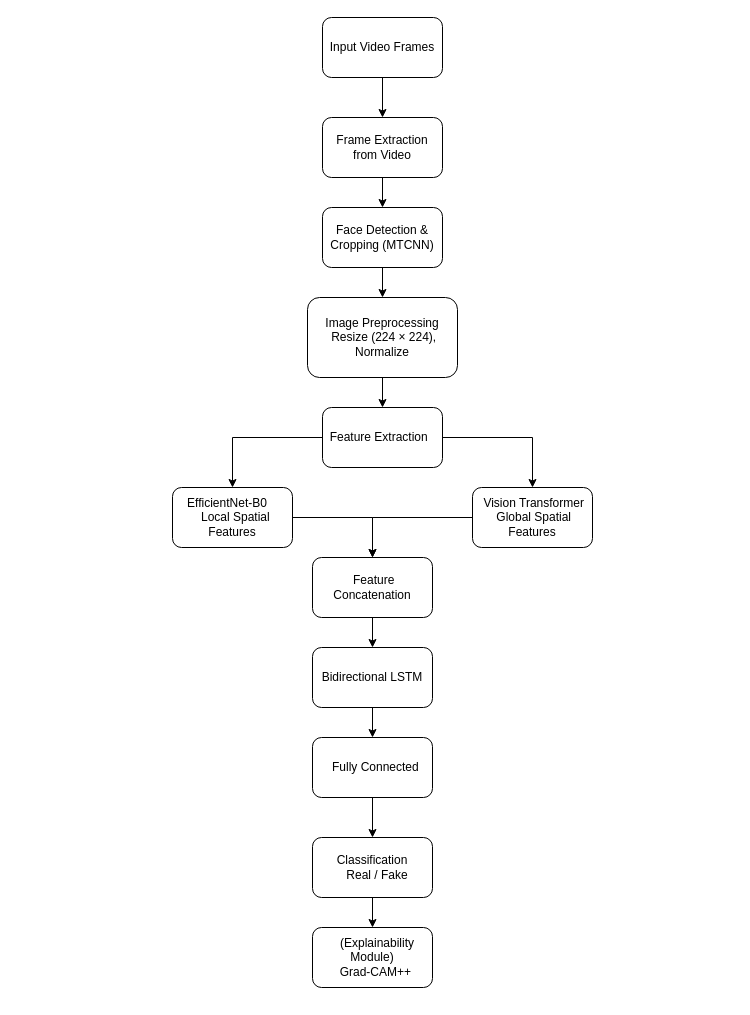
Above: Untitled Diagram.drawio in fatahrahimi330/XST-Deepfake-Detection (draw.io), before the change. Source tidied: cells renumbered, new cells numbered last; positions are measured from the earlier drawing's top-left corner, leaving out a move shared by most shapes. Both pictures are drawn from the tidied source at 100%, with x=0, y=0 at pixel (172, 17).
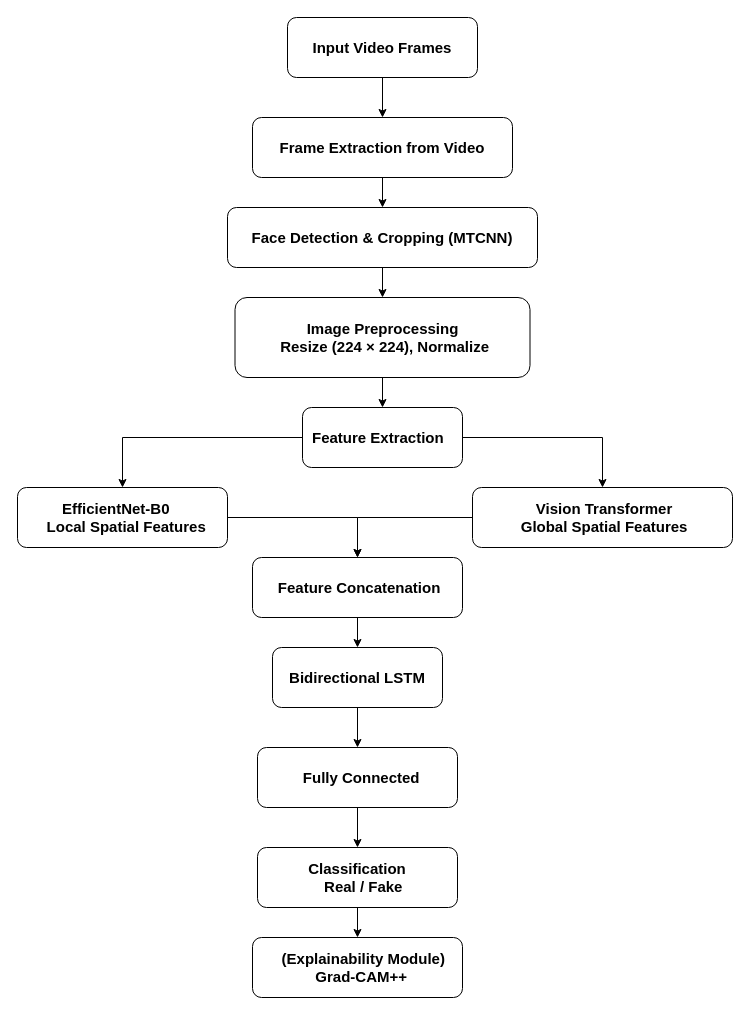
Above is the later version.

The edit, as a diff of the source:
```diff
@@
-    <mxCell id="3" value="Input Video Frames" style="rounded=1;whiteSpace=wrap;html=1;" parent="1" vertex="1">
-      <mxGeometry x="150" width="120" height="60" as="geometry" />
+    <mxCell id="3" value="&lt;b&gt;&lt;font style=&quot;font-size: 15px;&quot;&gt;Input Video Frames&lt;/font&gt;&lt;/b&gt;" style="rounded=1;whiteSpace=wrap;html=1;" parent="1" vertex="1">
+      <mxGeometry x="115" width="190" height="60" as="geometry" />
     </mxCell>
@@
-    <mxCell id="6" value="Feature Extraction&amp;nbsp;&amp;nbsp;" style="whiteSpace=wrap;html=1;rounded=1;" parent="1" vertex="1">
-      <mxGeometry x="150" y="390" width="120" height="60" as="geometry" />
+    <mxCell id="6" value="&lt;font style=&quot;font-size: 15px;&quot;&gt;&lt;b&gt;Feature Extraction&amp;nbsp;&amp;nbsp;&lt;/b&gt;&lt;/font&gt;" style="whiteSpace=wrap;html=1;rounded=1;" parent="1" vertex="1">
+      <mxGeometry x="130" y="390" width="160" height="60" as="geometry" />
     </mxCell>
@@
-    <mxCell id="8" value="&amp;nbsp;Vision Transformer&lt;div&gt;&amp;nbsp;Global Spatial Features&lt;/div&gt;" style="whiteSpace=wrap;html=1;rounded=1;" parent="1" vertex="1">
-      <mxGeometry x="300" y="470" width="120" height="60" as="geometry" />
+    <mxCell id="8" value="&lt;font style=&quot;font-size: 15px;&quot;&gt;&lt;b&gt;&amp;nbsp;Vision Transformer&lt;/b&gt;&lt;/font&gt;&lt;div&gt;&lt;font style=&quot;font-size: 15px;&quot;&gt;&lt;b&gt;&amp;nbsp;Global Spatial Features&lt;/b&gt;&lt;/font&gt;&lt;/div&gt;" style="whiteSpace=wrap;html=1;rounded=1;" parent="1" vertex="1">
+      <mxGeometry x="300" y="470" width="260" height="60" as="geometry" />
     </mxCell>
@@
-    <mxCell id="10" value="EfficientNet-B0&amp;nbsp; &amp;nbsp;&lt;div&gt;&amp;nbsp; Local Spatial Features&lt;/div&gt;" style="whiteSpace=wrap;html=1;rounded=1;" parent="1" vertex="1">
-      <mxGeometry y="470" width="120" height="60" as="geometry" />
+    <mxCell id="10" value="&lt;font style=&quot;font-size: 15px;&quot;&gt;&lt;b&gt;EfficientNet-B0&amp;nbsp; &amp;nbsp;&lt;/b&gt;&lt;/font&gt;&lt;div&gt;&lt;font style=&quot;font-size: 15px;&quot;&gt;&lt;b&gt;&amp;nbsp; Local Spatial Features&lt;/b&gt;&lt;/font&gt;&lt;/div&gt;" style="whiteSpace=wrap;html=1;rounded=1;" parent="1" vertex="1">
+      <mxGeometry x="-155" y="470" width="210" height="60" as="geometry" />
     </mxCell>
@@
-    <mxCell id="12" value="&amp;nbsp;Feature Concatenation" style="whiteSpace=wrap;html=1;rounded=1;" parent="1" vertex="1">
-      <mxGeometry x="140" y="540" width="120" height="60" as="geometry" />
+    <mxCell id="12" value="&lt;font style=&quot;font-size: 15px;&quot;&gt;&lt;b&gt;&amp;nbsp;Feature Concatenation&lt;/b&gt;&lt;/font&gt;" style="whiteSpace=wrap;html=1;rounded=1;" parent="1" vertex="1">
+      <mxGeometry x="80" y="540" width="210" height="60" as="geometry" />
     </mxCell>
@@
-    <mxCell id="14" value="Bidirectional LSTM" style="whiteSpace=wrap;html=1;rounded=1;" parent="1" vertex="1">
-      <mxGeometry x="140" y="630" width="120" height="60" as="geometry" />
+    <mxCell id="14" value="&lt;font style=&quot;font-size: 15px;&quot;&gt;&lt;b&gt;Bidirectional LSTM&lt;/b&gt;&lt;/font&gt;" style="whiteSpace=wrap;html=1;rounded=1;" parent="1" vertex="1">
+      <mxGeometry x="100" y="630" width="170" height="60" as="geometry" />
     </mxCell>
@@
-    <mxCell id="16" value="&amp;nbsp; Fully Connected" style="whiteSpace=wrap;html=1;rounded=1;" parent="1" vertex="1">
-      <mxGeometry x="140" y="720" width="120" height="60" as="geometry" />
+    <mxCell id="16" value="&lt;font style=&quot;font-size: 15px;&quot;&gt;&lt;b&gt;&amp;nbsp; Fully Connected&lt;/b&gt;&lt;/font&gt;" style="whiteSpace=wrap;html=1;rounded=1;" parent="1" vertex="1">
+      <mxGeometry x="85" y="730" width="200" height="60" as="geometry" />
     </mxCell>
@@
-    <mxCell id="18" value="&lt;div&gt;Classification&lt;/div&gt;&lt;div&gt;&amp;nbsp; &amp;nbsp;Real / Fake&lt;/div&gt;" style="whiteSpace=wrap;html=1;rounded=1;" parent="1" vertex="1">
-      <mxGeometry x="140" y="820" width="120" height="60" as="geometry" />
+    <mxCell id="18" value="&lt;div&gt;&lt;font style=&quot;font-size: 15px;&quot;&gt;&lt;b&gt;Classification&lt;/b&gt;&lt;/font&gt;&lt;/div&gt;&lt;div&gt;&lt;font style=&quot;font-size: 15px;&quot;&gt;&lt;b&gt;&amp;nbsp; &amp;nbsp;Real / Fake&lt;/b&gt;&lt;/font&gt;&lt;/div&gt;" style="whiteSpace=wrap;html=1;rounded=1;" parent="1" vertex="1">
+      <mxGeometry x="85" y="830" width="200" height="60" as="geometry" />
     </mxCell>
-    <mxCell id="19" value="&lt;div&gt;&amp;nbsp; &amp;nbsp;(Explainability Module)&lt;/div&gt;&lt;div&gt;&amp;nbsp; Grad-CAM++&lt;/div&gt;" style="whiteSpace=wrap;html=1;rounded=1;" parent="1" vertex="1">
-      <mxGeometry x="140" y="910" width="120" height="60" as="geometry" />
+    <mxCell id="19" value="&lt;div&gt;&lt;font style=&quot;font-size: 15px;&quot;&gt;&lt;b&gt;&amp;nbsp; &amp;nbsp;(Explainability Module)&lt;/b&gt;&lt;/font&gt;&lt;/div&gt;&lt;div&gt;&lt;font style=&quot;font-size: 15px;&quot;&gt;&lt;b&gt;&amp;nbsp; Grad-CAM++&lt;/b&gt;&lt;/font&gt;&lt;/div&gt;" style="whiteSpace=wrap;html=1;rounded=1;" parent="1" vertex="1">
+      <mxGeometry x="80" y="920" width="210" height="60" as="geometry" />
     </mxCell>
@@
-    <mxCell id="21" value="&lt;div&gt;Image Preprocessing&lt;/div&gt;&lt;div&gt;&amp;nbsp;Resize (224 × 224), Normalize&lt;/div&gt;" style="whiteSpace=wrap;html=1;rounded=1;" parent="1" vertex="1">
-      <mxGeometry x="135" y="280" width="150" height="80" as="geometry" />
+    <mxCell id="21" value="&lt;div&gt;&lt;font style=&quot;font-size: 15px;&quot;&gt;&lt;b&gt;Image Preprocessing&lt;/b&gt;&lt;/font&gt;&lt;/div&gt;&lt;div&gt;&lt;font style=&quot;font-size: 15px;&quot;&gt;&lt;b&gt;&amp;nbsp;Resize (224 × 224), Normalize&lt;/b&gt;&lt;/font&gt;&lt;/div&gt;" style="whiteSpace=wrap;html=1;rounded=1;" parent="1" vertex="1">
+      <mxGeometry x="62.5" y="280" width="295" height="80" as="geometry" />
     </mxCell>
@@
-    <mxCell id="23" value="Frame Extraction from Video" style="whiteSpace=wrap;html=1;rounded=1;" parent="1" vertex="1">
-      <mxGeometry x="150" y="100" width="120" height="60" as="geometry" />
+    <mxCell id="23" value="&lt;b&gt;&lt;font style=&quot;font-size: 15px;&quot;&gt;Frame Extraction from Video&lt;/font&gt;&lt;/b&gt;" style="whiteSpace=wrap;html=1;rounded=1;" parent="1" vertex="1">
+      <mxGeometry x="80" y="100" width="260" height="60" as="geometry" />
     </mxCell>
@@
-    <mxCell id="25" value="Face Detection &amp;amp; Cropping (MTCNN)" style="whiteSpace=wrap;html=1;rounded=1;" parent="1" vertex="1">
-      <mxGeometry x="150" y="190" width="120" height="60" as="geometry" />
+    <mxCell id="25" value="&lt;font style=&quot;font-size: 15px;&quot;&gt;&lt;b&gt;Face Detection &amp;amp; Cropping (MTCNN)&lt;/b&gt;&lt;/font&gt;" style="whiteSpace=wrap;html=1;rounded=1;" parent="1" vertex="1">
+      <mxGeometry x="55" y="190" width="310" height="60" as="geometry" />
     </mxCell>
```
